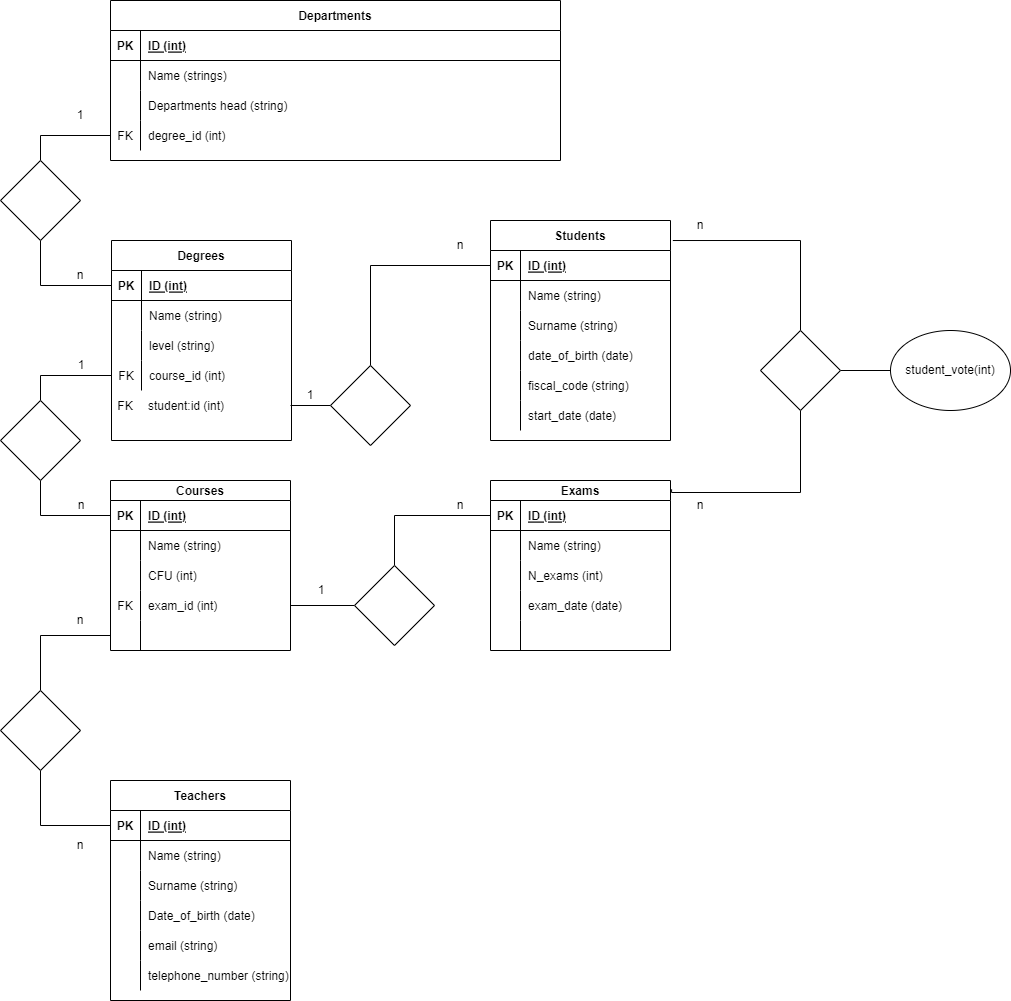
ErJump/db-university keeps this draw.io diagram as db-university.drawio.png. Above is the earlier version. Source tidied: cells renumbered, new cells last; positions are measured from the earlier drawing's top-left corner, leaving out a move shared by most shapes.
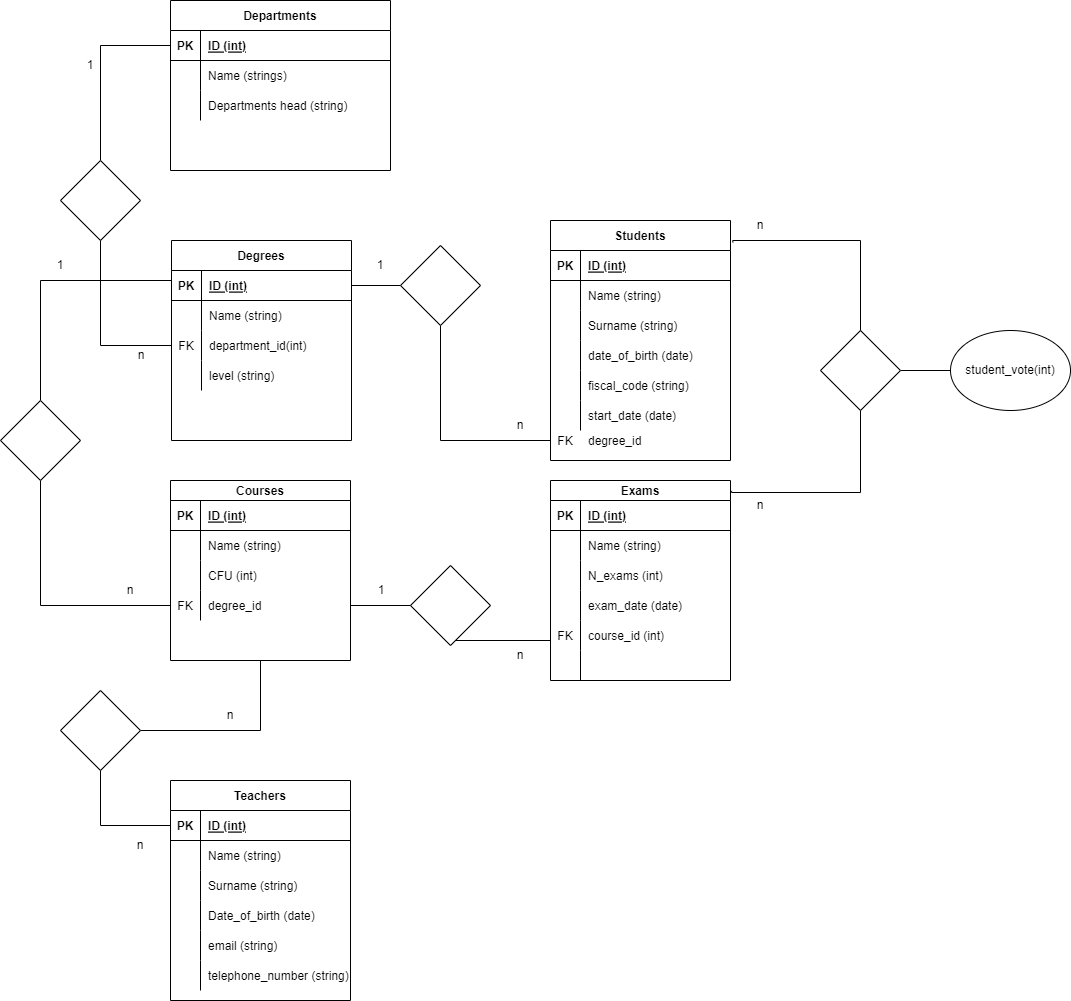
The same file after the commit.

The edit, as a diff of the source:
```diff
@@ -5,6 +5,6 @@
     <mxCell id="2" value="Departments" style="shape=table;startSize=30;rowLines=0;fontStyle=1;align=center;" parent="1" vertex="1">
-      <mxGeometry x="110" width="450" height="160" as="geometry" />
+      <mxGeometry x="110" width="220" height="170" as="geometry" />
     </mxCell>
     <mxCell id="3" style="shape=tableRow;horizontal=0;startSize=0;swimlaneHead=0;swimlaneBody=0;fillColor=none;points=[[0,0.5],[1,0.5]];portConstraint=eastwest;top=0;left=0;right=0;bottom=1;" parent="2" vertex="1">
-      <mxGeometry y="30" width="450" height="30" as="geometry" />
+      <mxGeometry y="30" width="220" height="30" as="geometry" />
     </mxCell>
@@ -14,6 +14,6 @@
     <mxCell id="5" value="ID (int)" style="shape=partialRectangle;fillColor=none;top=0;left=0;bottom=0;right=0;align=left;spacingLeft=6;fontStyle=5;overflow=hidden;" parent="3" vertex="1">
-      <mxGeometry x="30" width="420" height="30" as="geometry" />
+      <mxGeometry x="30" width="190" height="30" as="geometry" />
     </mxCell>
     <mxCell id="6" style="shape=tableRow;horizontal=0;startSize=0;swimlaneHead=0;swimlaneBody=0;fillColor=none;top=0;left=0;right=0;bottom=0;" parent="2" vertex="1">
-      <mxGeometry y="60" width="450" height="30" as="geometry" />
+      <mxGeometry y="60" width="220" height="30" as="geometry" />
     </mxCell>
@@ -23,6 +23,6 @@
     <mxCell id="8" value="Name (strings)" style="shape=partialRectangle;fillColor=none;top=0;left=0;bottom=0;right=0;align=left;spacingLeft=6;overflow=hidden;" parent="6" vertex="1">
-      <mxGeometry x="30" width="420" height="30" as="geometry" />
+      <mxGeometry x="30" width="190" height="30" as="geometry" />
     </mxCell>
     <mxCell id="9" style="shape=tableRow;horizontal=0;startSize=0;swimlaneHead=0;swimlaneBody=0;fillColor=none;top=0;left=0;right=0;bottom=0;" parent="2" vertex="1">
-      <mxGeometry y="90" width="450" height="30" as="geometry" />
+      <mxGeometry y="90" width="220" height="30" as="geometry" />
     </mxCell>
@@ -32,15 +32,6 @@
     <mxCell id="11" value="Departments head (string)" style="shape=partialRectangle;fillColor=none;top=0;left=0;bottom=0;right=0;align=left;spacingLeft=6;overflow=hidden;" parent="9" vertex="1">
-      <mxGeometry x="30" width="420" height="30" as="geometry" />
+      <mxGeometry x="30" width="190" height="30" as="geometry" />
     </mxCell>
-    <mxCell id="12" style="shape=tableRow;horizontal=0;startSize=0;swimlaneHead=0;swimlaneBody=0;fillColor=none;points=[[0,0.5],[1,0.5]];portConstraint=eastwest;top=0;left=0;right=0;bottom=0;" parent="2" vertex="1">
-      <mxGeometry y="120" width="450" height="30" as="geometry" />
-    </mxCell>
-    <mxCell id="13" value="FK" style="shape=partialRectangle;fillColor=none;top=0;left=0;bottom=0;right=0;overflow=hidden;" parent="12" vertex="1">
-      <mxGeometry width="30" height="30" as="geometry" />
-    </mxCell>
-    <mxCell id="14" value="degree_id (int)" style="shape=partialRectangle;fillColor=none;top=0;left=0;bottom=0;right=0;align=left;spacingLeft=6;overflow=hidden;" parent="12" vertex="1">
-      <mxGeometry x="30" width="420" height="30" as="geometry" />
-    </mxCell>
     <mxCell id="15" value="Courses" style="shape=table;startSize=20;rowLines=0;fontStyle=1;align=center;" parent="1" vertex="1">
-      <mxGeometry x="110" y="480" width="180" height="170" as="geometry" />
+      <mxGeometry x="110" y="480" width="180" height="180" as="geometry" />
     </mxCell>
@@ -73,18 +64,9 @@
     </mxCell>
-    <mxCell id="25" style="shape=tableRow;horizontal=0;startSize=0;swimlaneHead=0;swimlaneBody=0;fillColor=none;points=[[0,0.5],[1,0.5]];portConstraint=eastwest;top=0;left=0;right=0;bottom=0;" parent="15" vertex="1">
-      <mxGeometry y="110" width="180" height="30" as="geometry" />
-    </mxCell>
-    <mxCell id="26" value="FK" style="shape=partialRectangle;fillColor=none;top=0;left=0;bottom=0;right=0;overflow=hidden;" parent="25" vertex="1">
-      <mxGeometry width="30" height="30" as="geometry" />
-    </mxCell>
-    <mxCell id="27" value="exam_id (int) " style="shape=partialRectangle;fillColor=none;top=0;left=0;bottom=0;right=0;align=left;spacingLeft=6;overflow=hidden;" parent="25" vertex="1">
-      <mxGeometry x="30" width="150" height="30" as="geometry" />
-    </mxCell>
     <mxCell id="28" style="shape=tableRow;horizontal=0;startSize=0;swimlaneHead=0;swimlaneBody=0;fillColor=none;points=[[0,0.5],[1,0.5]];portConstraint=eastwest;top=0;left=0;right=0;bottom=0;" parent="15" vertex="1">
-      <mxGeometry y="140" width="180" height="30" as="geometry" />
+      <mxGeometry y="110" width="180" height="30" as="geometry" />
     </mxCell>
-    <mxCell id="29" style="shape=partialRectangle;fillColor=none;top=0;left=0;bottom=0;right=0;overflow=hidden;" parent="28" vertex="1">
+    <mxCell id="29" value="FK" style="shape=partialRectangle;fillColor=none;top=0;left=0;bottom=0;right=0;overflow=hidden;" parent="28" vertex="1">
       <mxGeometry width="30" height="30" as="geometry" />
     </mxCell>
-    <mxCell id="30" style="shape=partialRectangle;fillColor=none;top=0;left=0;bottom=0;right=0;align=left;spacingLeft=6;overflow=hidden;" parent="28" vertex="1">
+    <mxCell id="30" value="degree_id" style="shape=partialRectangle;fillColor=none;top=0;left=0;bottom=0;right=0;align=left;spacingLeft=6;overflow=hidden;" parent="28" vertex="1">
       <mxGeometry x="30" width="150" height="30" as="geometry" />
@@ -92,3 +74,3 @@
     <mxCell id="31" value="Students" style="shape=table;startSize=30;rowLines=0;fontStyle=1;align=center;" parent="1" vertex="1">
-      <mxGeometry x="490" y="220" width="180" height="220" as="geometry" />
+      <mxGeometry x="490" y="220" width="180" height="240" as="geometry" />
     </mxCell>
@@ -148,8 +130,8 @@
     </mxCell>
-    <mxCell id="50" style="edgeStyle=orthogonalEdgeStyle;rounded=0;jettySize=auto;html=1;entryX=0;entryY=0.5;entryDx=0;entryDy=0;endArrow=none;endFill=0;" parent="1" edge="1" source="52" target="12">
-      <mxGeometry relative="1" as="geometry" />
-    </mxCell>
-    <mxCell id="51" style="edgeStyle=orthogonalEdgeStyle;rounded=0;jettySize=auto;html=1;entryX=0;entryY=0.5;entryDx=0;entryDy=0;endArrow=none;endFill=0;" parent="1" edge="1" source="52" target="55">
+    <mxCell id="51" style="edgeStyle=orthogonalEdgeStyle;rounded=0;jettySize=auto;html=1;entryX=0;entryY=0.5;entryDx=0;entryDy=0;endArrow=none;endFill=0;" parent="1" edge="1" source="52" target="64">
       <mxGeometry relative="1" as="geometry" />
     </mxCell>
+    <mxCell id="133" style="edgeStyle=orthogonalEdgeStyle;rounded=0;jettySize=auto;html=1;entryX=0;entryY=0.5;entryDx=0;entryDy=0;endArrow=none;endFill=0;" parent="1" edge="1" source="52" target="3">
+      <mxGeometry relative="1" as="geometry" />
+    </mxCell>
     <mxCell id="52" style="rhombus;whiteSpace=wrap;html=1;" parent="1" vertex="1">
@@ -158,3 +140,3 @@
     <mxCell id="53" value="n" style="text;html=1;strokeColor=none;fillColor=none;align=center;verticalAlign=middle;whiteSpace=wrap;rounded=0;" parent="1" vertex="1">
-      <mxGeometry x="50" y="260" width="60" height="30" as="geometry" />
+      <mxGeometry x="51" y="340" width="60" height="30" as="geometry" />
     </mxCell>
@@ -181,4 +163,13 @@
     </mxCell>
+    <mxCell id="64" style="shape=tableRow;horizontal=0;startSize=0;swimlaneHead=0;swimlaneBody=0;fillColor=none;points=[[0,0.5],[1,0.5]];portConstraint=eastwest;top=0;left=0;right=0;bottom=0;" parent="54" vertex="1">
+      <mxGeometry y="90" width="180" height="30" as="geometry" />
+    </mxCell>
+    <mxCell id="65" value="FK" style="shape=partialRectangle;fillColor=none;top=0;left=0;bottom=0;right=0;overflow=hidden;" parent="64" vertex="1">
+      <mxGeometry width="30" height="30" as="geometry" />
+    </mxCell>
+    <mxCell id="66" value="department_id(int)" style="shape=partialRectangle;fillColor=none;top=0;left=0;bottom=0;right=0;align=left;spacingLeft=6;overflow=hidden;" parent="64" vertex="1">
+      <mxGeometry x="30" width="150" height="30" as="geometry" />
+    </mxCell>
     <mxCell id="61" style="shape=tableRow;horizontal=0;startSize=0;swimlaneHead=0;swimlaneBody=0;fillColor=none;top=0;left=0;right=0;bottom=0;" parent="54" vertex="1">
-      <mxGeometry y="90" width="180" height="30" as="geometry" />
+      <mxGeometry y="120" width="180" height="30" as="geometry" />
     </mxCell>
@@ -190,13 +181,4 @@
     </mxCell>
-    <mxCell id="64" style="shape=tableRow;horizontal=0;startSize=0;swimlaneHead=0;swimlaneBody=0;fillColor=none;points=[[0,0.5],[1,0.5]];portConstraint=eastwest;top=0;left=0;right=0;bottom=0;" parent="54" vertex="1">
-      <mxGeometry y="120" width="180" height="30" as="geometry" />
-    </mxCell>
-    <mxCell id="65" value="FK" style="shape=partialRectangle;fillColor=none;top=0;left=0;bottom=0;right=0;overflow=hidden;" parent="64" vertex="1">
-      <mxGeometry width="30" height="30" as="geometry" />
-    </mxCell>
-    <mxCell id="66" value="course_id (int)" style="shape=partialRectangle;fillColor=none;top=0;left=0;bottom=0;right=0;align=left;spacingLeft=6;overflow=hidden;" parent="64" vertex="1">
-      <mxGeometry x="30" width="150" height="30" as="geometry" />
-    </mxCell>
     <mxCell id="67" value="1" style="text;html=1;strokeColor=none;fillColor=none;align=center;verticalAlign=middle;whiteSpace=wrap;rounded=0;" parent="1" vertex="1">
-      <mxGeometry x="50" y="100" width="60" height="30" as="geometry" />
+      <mxGeometry y="50" width="60" height="30" as="geometry" />
     </mxCell>
@@ -205,3 +187,4 @@
         <Array as="points">
-          <mxPoint x="40" y="375" />
+          <mxPoint x="-20" y="280" />
+          <mxPoint x="111" y="280" />
         </Array>
@@ -209,3 +192,3 @@
     </mxCell>
-    <mxCell id="69" style="edgeStyle=orthogonalEdgeStyle;rounded=0;jettySize=auto;html=1;entryX=0;entryY=0.5;entryDx=0;entryDy=0;endArrow=none;endFill=0;" parent="1" edge="1" source="70" target="16">
+    <mxCell id="69" style="edgeStyle=orthogonalEdgeStyle;rounded=0;jettySize=auto;html=1;entryX=0;entryY=0.5;entryDx=0;entryDy=0;endArrow=none;endFill=0;" parent="1" edge="1" source="70" target="28">
       <mxGeometry relative="1" as="geometry" />
@@ -213,9 +196,9 @@
     <mxCell id="70" style="rhombus;whiteSpace=wrap;html=1;" parent="1" vertex="1">
-      <mxGeometry y="400" width="80" height="80" as="geometry" />
+      <mxGeometry x="-60" y="400" width="80" height="80" as="geometry" />
     </mxCell>
     <mxCell id="71" value="n" style="text;html=1;strokeColor=none;fillColor=none;align=center;verticalAlign=middle;whiteSpace=wrap;rounded=0;" parent="1" vertex="1">
-      <mxGeometry x="51" y="490" width="60" height="30" as="geometry" />
+      <mxGeometry x="40" y="575" width="60" height="30" as="geometry" />
     </mxCell>
     <mxCell id="72" value="1" style="text;html=1;strokeColor=none;fillColor=none;align=center;verticalAlign=middle;whiteSpace=wrap;rounded=0;" parent="1" vertex="1">
-      <mxGeometry x="51" y="350" width="60" height="30" as="geometry" />
+      <mxGeometry x="-30" y="250" width="60" height="30" as="geometry" />
     </mxCell>
@@ -279,3 +262,3 @@
     <mxCell id="92" value="Exams" style="shape=table;startSize=20;rowLines=0;fontStyle=1;align=center;" parent="1" vertex="1">
-      <mxGeometry x="490" y="480" width="180" height="170" as="geometry" />
+      <mxGeometry x="490" y="480" width="180" height="200" as="geometry" />
     </mxCell>
@@ -317,4 +300,13 @@
     </mxCell>
+    <mxCell id="134" style="shape=tableRow;horizontal=0;startSize=0;swimlaneHead=0;swimlaneBody=0;fillColor=none;top=0;left=0;right=0;bottom=0;" parent="92" vertex="1">
+      <mxGeometry y="140" width="180" height="30" as="geometry" />
+    </mxCell>
+    <mxCell id="135" value="FK" style="shape=partialRectangle;fillColor=none;top=0;left=0;bottom=0;right=0;overflow=hidden;" parent="134" vertex="1">
+      <mxGeometry width="30" height="30" as="geometry" />
+    </mxCell>
+    <mxCell id="136" value="course_id (int)" style="shape=partialRectangle;fillColor=none;top=0;left=0;bottom=0;right=0;align=left;spacingLeft=6;overflow=hidden;" parent="134" vertex="1">
+      <mxGeometry x="30" width="150" height="30" as="geometry" />
+    </mxCell>
     <mxCell id="105" style="shape=tableRow;horizontal=0;startSize=0;swimlaneHead=0;swimlaneBody=0;fillColor=none;top=0;left=0;right=0;bottom=0;" parent="92" vertex="1">
-      <mxGeometry y="140" width="180" height="30" as="geometry" />
+      <mxGeometry y="170" width="180" height="30" as="geometry" />
     </mxCell>
@@ -326,4 +318,5 @@
     </mxCell>
-    <mxCell id="108" style="edgeStyle=orthogonalEdgeStyle;rounded=0;jettySize=auto;html=1;entryX=1;entryY=0.5;entryDx=0;entryDy=0;endArrow=none;endFill=0;exitX=0;exitY=0.5;exitDx=0;exitDy=0;" parent="1" edge="1" source="110" target="25">
+    <mxCell id="108" style="edgeStyle=orthogonalEdgeStyle;rounded=0;jettySize=auto;html=1;entryX=1;entryY=0.5;entryDx=0;entryDy=0;endArrow=none;endFill=0;exitX=0;exitY=0.5;exitDx=0;exitDy=0;" parent="1" edge="1" source="110">
       <mxGeometry relative="1" as="geometry">
+        <mxPoint x="290" y="605" as="targetPoint" />
         <Array as="points">
@@ -334,7 +327,12 @@
     </mxCell>
-    <mxCell id="109" style="edgeStyle=orthogonalEdgeStyle;rounded=0;jettySize=auto;html=1;entryX=0;entryY=0.5;entryDx=0;entryDy=0;endArrow=none;endFill=0;" parent="1" edge="1" source="110" target="93">
-      <mxGeometry relative="1" as="geometry" />
+    <mxCell id="109" style="edgeStyle=orthogonalEdgeStyle;rounded=0;jettySize=auto;html=1;endArrow=none;endFill=0;" parent="1" edge="1" source="110">
+      <mxGeometry relative="1" as="geometry">
+        <mxPoint x="490" y="640" as="targetPoint" />
+        <Array as="points">
+          <mxPoint x="490" y="640" />
+        </Array>
+      </mxGeometry>
     </mxCell>
     <mxCell id="110" style="rhombus;whiteSpace=wrap;html=1;" parent="1" vertex="1">
-      <mxGeometry x="354" y="565" width="80" height="80" as="geometry" />
+      <mxGeometry x="350" y="565" width="80" height="80" as="geometry" />
     </mxCell>
@@ -344,3 +342,3 @@
     <mxCell id="112" value="n" style="text;html=1;strokeColor=none;fillColor=none;align=center;verticalAlign=middle;whiteSpace=wrap;rounded=0;" parent="1" vertex="1">
-      <mxGeometry x="430" y="490" width="60" height="30" as="geometry" />
+      <mxGeometry x="430" y="640" width="60" height="30" as="geometry" />
     </mxCell>
@@ -349,7 +347,6 @@
     </mxCell>
-    <mxCell id="114" style="edgeStyle=orthogonalEdgeStyle;rounded=0;jettySize=auto;html=1;entryX=0;entryY=0.5;entryDx=0;entryDy=0;endArrow=none;endFill=0;" parent="1" edge="1" source="115">
+    <mxCell id="114" style="edgeStyle=orthogonalEdgeStyle;rounded=0;jettySize=auto;html=1;entryX=0.5;entryY=1;entryDx=0;entryDy=0;endArrow=none;endFill=0;" parent="1" edge="1" source="115" target="15">
       <mxGeometry relative="1" as="geometry">
-        <mxPoint x="110" y="635" as="targetPoint" />
         <Array as="points">
-          <mxPoint x="40" y="635" />
+          <mxPoint x="200" y="730" />
         </Array>
@@ -361,3 +358,3 @@
     <mxCell id="116" value="n" style="text;html=1;strokeColor=none;fillColor=none;align=center;verticalAlign=middle;whiteSpace=wrap;rounded=0;" parent="1" vertex="1">
-      <mxGeometry x="50" y="605" width="60" height="30" as="geometry" />
+      <mxGeometry x="140" y="700" width="60" height="30" as="geometry" />
     </mxCell>
@@ -366,25 +363,21 @@
     </mxCell>
-    <mxCell id="118" style="shape=tableRow;horizontal=0;startSize=0;swimlaneHead=0;swimlaneBody=0;fillColor=none;points=[[0,0.5],[1,0.5]];portConstraint=eastwest;top=0;left=0;right=0;bottom=0;" parent="1" vertex="1">
-      <mxGeometry x="110" y="390" width="180" height="30" as="geometry" />
-    </mxCell>
-    <mxCell id="119" value="FK" style="shape=partialRectangle;fillColor=none;top=0;left=0;bottom=0;right=0;overflow=hidden;" parent="118" vertex="1">
-      <mxGeometry width="30" height="30" as="geometry" />
-    </mxCell>
-    <mxCell id="120" value="student:id (int)" style="shape=partialRectangle;fillColor=none;top=0;left=0;bottom=0;right=0;align=left;spacingLeft=6;overflow=hidden;" parent="118" vertex="1">
-      <mxGeometry x="30" width="150" height="30" as="geometry" />
-    </mxCell>
-    <mxCell id="121" style="edgeStyle=orthogonalEdgeStyle;rounded=0;jettySize=auto;html=1;entryX=1;entryY=0.5;entryDx=0;entryDy=0;endArrow=none;endFill=0;" parent="1" edge="1" source="123" target="118">
+    <mxCell id="121" style="edgeStyle=orthogonalEdgeStyle;rounded=0;jettySize=auto;html=1;entryX=1;entryY=0.5;entryDx=0;entryDy=0;endArrow=none;endFill=0;" parent="1" edge="1" source="123" target="55">
       <mxGeometry relative="1" as="geometry" />
     </mxCell>
-    <mxCell id="122" style="edgeStyle=orthogonalEdgeStyle;rounded=0;jettySize=auto;html=1;entryX=0;entryY=0.5;entryDx=0;entryDy=0;endArrow=none;endFill=0;" parent="1" edge="1" source="123" target="32">
-      <mxGeometry relative="1" as="geometry" />
+    <mxCell id="122" style="edgeStyle=orthogonalEdgeStyle;rounded=0;jettySize=auto;html=1;endArrow=none;endFill=0;" parent="1" edge="1" source="123">
+      <mxGeometry relative="1" as="geometry">
+        <mxPoint x="490" y="440" as="targetPoint" />
+        <Array as="points">
+          <mxPoint x="380" y="440" />
+        </Array>
+      </mxGeometry>
     </mxCell>
     <mxCell id="123" style="rhombus;whiteSpace=wrap;html=1;" parent="1" vertex="1">
-      <mxGeometry x="330" y="365" width="80" height="80" as="geometry" />
+      <mxGeometry x="340" y="245" width="80" height="80" as="geometry" />
     </mxCell>
     <mxCell id="124" value="n" style="text;html=1;strokeColor=none;fillColor=none;align=center;verticalAlign=middle;whiteSpace=wrap;rounded=0;" parent="1" vertex="1">
-      <mxGeometry x="430" y="230" width="60" height="30" as="geometry" />
+      <mxGeometry x="430" y="410" width="60" height="30" as="geometry" />
     </mxCell>
     <mxCell id="125" value="1" style="text;html=1;strokeColor=none;fillColor=none;align=center;verticalAlign=middle;whiteSpace=wrap;rounded=0;" parent="1" vertex="1">
-      <mxGeometry x="280" y="380" width="60" height="30" as="geometry" />
+      <mxGeometry x="290" y="250" width="60" height="30" as="geometry" />
     </mxCell>
@@ -419,2 +412,8 @@
     </mxCell>
+    <mxCell id="137" value="FK" style="shape=partialRectangle;fillColor=none;top=0;left=0;bottom=0;right=0;overflow=hidden;" parent="1" vertex="1">
+      <mxGeometry x="490" y="425" width="30" height="30" as="geometry" />
+    </mxCell>
+    <mxCell id="138" value="degree_id" style="shape=partialRectangle;fillColor=none;top=0;left=0;bottom=0;right=0;align=left;spacingLeft=6;overflow=hidden;" parent="1" vertex="1">
+      <mxGeometry x="520" y="425" width="150" height="30" as="geometry" />
+    </mxCell>
   </root>
```
